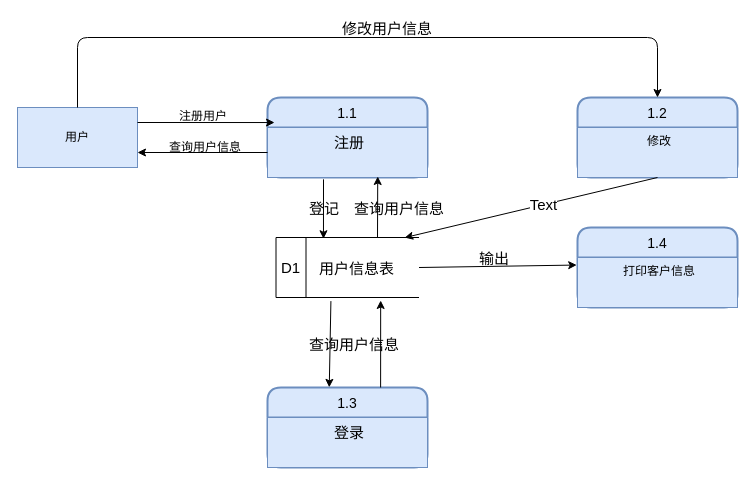
The draw.io diagram 用户管理二层数据流图.drawio in fancy5858/hello-world, before the edit. Source tidied: cells renumbered, new cells numbered last; positions are measured from the earlier drawing's top-left corner, leaving out a move shared by most shapes. Both pictures are drawn from the tidied source at 100%, with x=0, y=0 at pixel (17, 17).
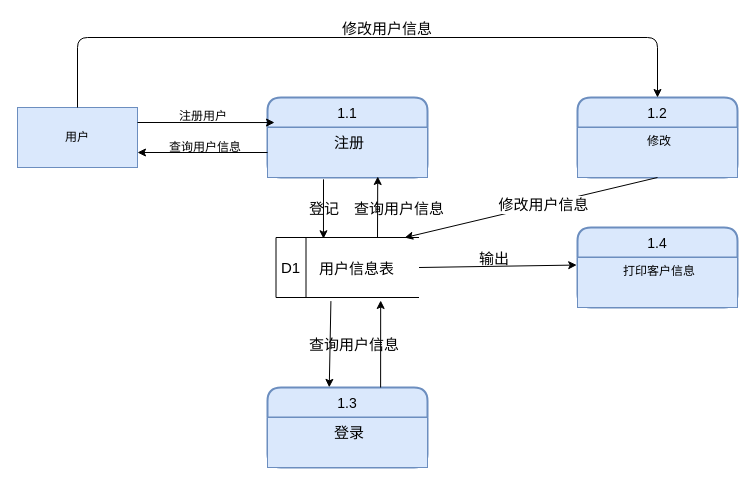
The same page after the edit.

Commit message:
Update 用户管理二层数据流图.drawio

The change refers to these unchanged cells:
```xml
<mxCell id="28" style="endArrow=classic;html=1;fontSize=15;entryX=0.9;entryY=0.002;entryDx=0;entryDy=0;entryPerimeter=0;exitX=0.5;exitY=1;exitDx=0;exitDy=0;" parent="1" edge="1" source="10" target="13">
  <mxGeometry relative="1" as="geometry" />
</mxCell>
```

The edit, as a diff of the source:
```diff
@@
-    <mxCell id="29" value="Text" style="text;html=1;align=center;verticalAlign=middle;labelBackgroundColor=#ffffff;fontSize=15;" parent="28" vertex="1">
+    <mxCell id="29" value="修改用户信息" style="text;html=1;align=center;verticalAlign=middle;labelBackgroundColor=#ffffff;fontSize=15;" parent="28" vertex="1">
       <mxGeometry x="-0.1" y="-1" relative="1" as="geometry" />
     </mxCell>
```
